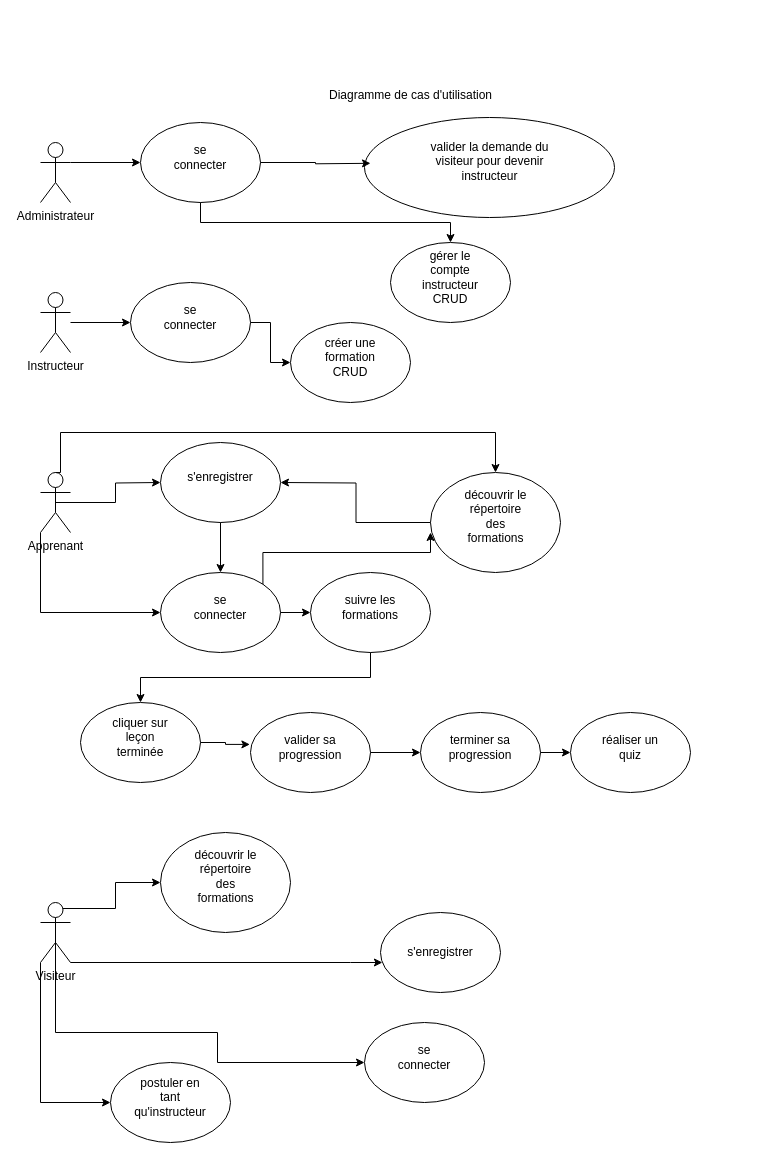
This is ECO IT/fonctionnalités_ecoit.drawio from cyrisa02/diagrammes-UML, a draw.io file, before an edit. Source tidied: cells renumbered, new cells numbered last; positions are measured from the earlier drawing's top-left corner, leaving out a move shared by most shapes. Both pictures are drawn from the tidied source at 100%, with x=0, y=0 at pixel (40, 87).
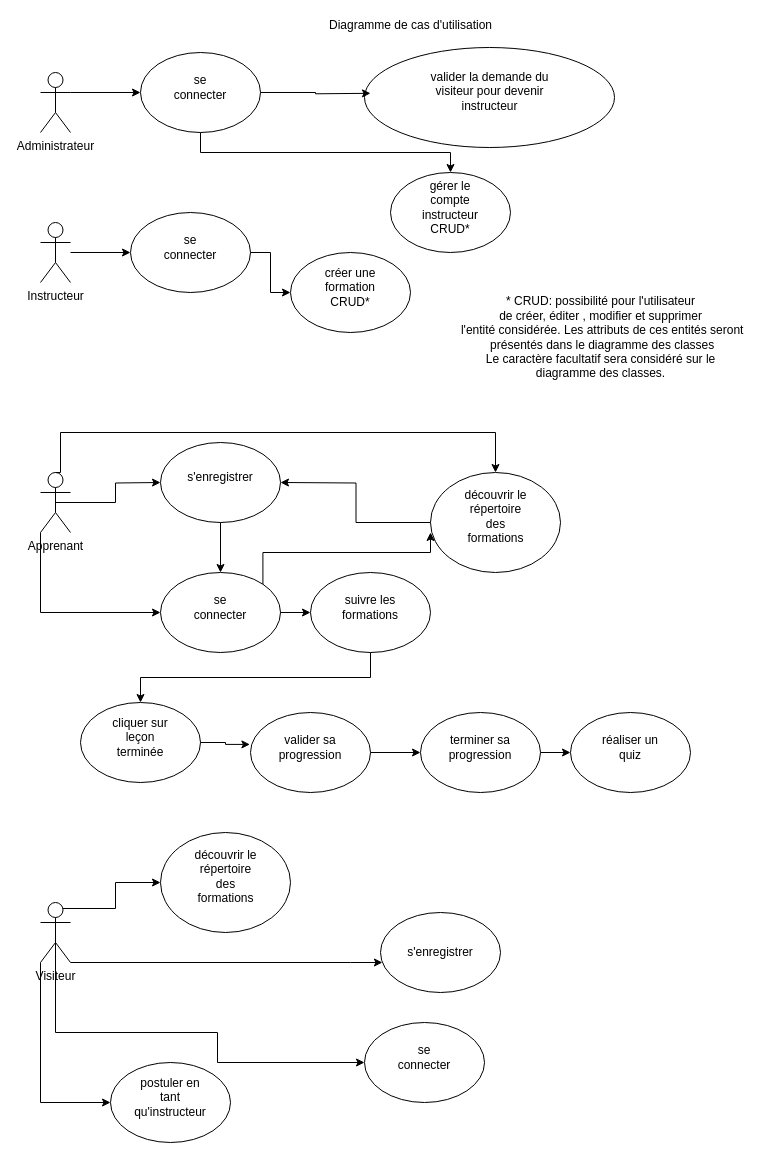
The same diagram, later.

Unchanged cells that the change refers to:
```xml
<mxCell id="19" style="ellipse;whiteSpace=wrap;html=1;" parent="18" vertex="1">
  <mxGeometry width="120" height="80" as="geometry" />
</mxCell>
```

Change to the diagram source:
```diff
@@
     <mxCell id="2" value="&lt;div&gt;Diagramme de cas d'utilisation&lt;/div&gt;&lt;div&gt;&lt;br&gt;&lt;/div&gt;" style="text;html=1;align=center;verticalAlign=middle;fillColor=none;strokeColor=none;rounded=0;" parent="1" vertex="1">
-      <mxGeometry x="280" width="180" height="30" as="geometry" />
+      <mxGeometry x="280" y="-70" width="180" height="30" as="geometry" />
     </mxCell>
     <mxCell id="3" style="group;" parent="1" vertex="1">
-      <mxGeometry x="90" y="195" width="120" height="80" as="geometry" />
+      <mxGeometry x="90" y="125" width="120" height="80" as="geometry" />
     </mxCell>
@@
     <mxCell id="12" value="Instructeur" style="shape=umlActor;verticalLabelPosition=bottom;verticalAlign=top;html=1;outlineConnect=0;" parent="1" vertex="1">
-      <mxGeometry y="205" width="30" height="60" as="geometry" />
+      <mxGeometry y="135" width="30" height="60" as="geometry" />
     </mxCell>
@@
     <mxCell id="14" value="Administrateur" style="shape=umlActor;verticalLabelPosition=bottom;verticalAlign=top;html=1;outlineConnect=0;" parent="1" vertex="1">
-      <mxGeometry y="55" width="30" height="60" as="geometry" />
+      <mxGeometry y="-15" width="30" height="60" as="geometry" />
     </mxCell>
@@
     <mxCell id="18" style="group;" parent="1" vertex="1">
-      <mxGeometry x="100" y="35" width="120" height="80" as="geometry" />
+      <mxGeometry x="100" y="-35" width="120" height="80" as="geometry" />
     </mxCell>
@@
     <mxCell id="24" style="group;" parent="1" vertex="1">
-      <mxGeometry x="350" y="155" width="120" height="80" as="geometry" />
+      <mxGeometry x="350" y="85" width="120" height="80" as="geometry" />
     </mxCell>
@@
-    <mxCell id="26" value="gérer le compte instructeur CRUD" style="text;html=1;strokeColor=none;fillColor=none;align=center;verticalAlign=middle;whiteSpace=wrap;rounded=0;" parent="24" vertex="1">
+    <mxCell id="26" value="gérer le compte instructeur CRUD*" style="text;html=1;strokeColor=none;fillColor=none;align=center;verticalAlign=middle;whiteSpace=wrap;rounded=0;" parent="24" vertex="1">
       <mxGeometry x="30" y="20" width="60" height="30" as="geometry" />
     </mxCell>
     <mxCell id="27" style="group;" parent="1" vertex="1">
-      <mxGeometry x="324" y="30" width="250" height="100" as="geometry" />
+      <mxGeometry x="324" y="-40" width="250" height="100" as="geometry" />
     </mxCell>
@@
     <mxCell id="30" style="edgeStyle=orthogonalEdgeStyle;rounded=0;jettySize=auto;html=1;exitX=1;exitY=0.5;exitDx=0;exitDy=0;" parent="1" edge="1" source="19">
       <mxGeometry relative="1" as="geometry">
-        <mxPoint x="330" y="75.8" as="targetPoint" />
+        <mxPoint x="330" y="5.8" as="targetPoint" />
       </mxGeometry>
     </mxCell>
@@
     <mxCell id="32" style="group;" parent="1" vertex="1">
-      <mxGeometry x="250" y="235" width="120" height="80" as="geometry" />
+      <mxGeometry x="250" y="165" width="120" height="80" as="geometry" />
     </mxCell>
@@
-    <mxCell id="34" value="créer une formation CRUD" style="text;html=1;strokeColor=none;fillColor=none;align=center;verticalAlign=middle;whiteSpace=wrap;rounded=0;" parent="32" vertex="1">
+    <mxCell id="34" value="créer une formation CRUD*" style="text;html=1;strokeColor=none;fillColor=none;align=center;verticalAlign=middle;whiteSpace=wrap;rounded=0;" parent="32" vertex="1">
       <mxGeometry x="30" y="20" width="60" height="30" as="geometry" />
     </mxCell>
@@
+    <mxCell id="77" value="&lt;div&gt;* CRUD: possibilité pour l'utilisateur&lt;/div&gt;&lt;div&gt;de créer, éditer , modifier et supprimer&lt;/div&gt;&lt;div&gt;&amp;nbsp;l'entité considérée. Les attributs de ces entités seront&lt;/div&gt;&lt;div&gt;&amp;nbsp;présentés dans le diagramme des classes&lt;br&gt;&lt;/div&gt;&lt;div&gt;Le caractère facultatif sera considéré sur le &lt;br&gt;&lt;/div&gt;&lt;div&gt;diagramme des classes.&lt;/div&gt;" style="text;html=1;align=center;verticalAlign=middle;fillColor=none;strokeColor=none;rounded=0;" parent="1" vertex="1">
+      <mxGeometry x="410" y="205" width="300" height="90" as="geometry" />
+    </mxCell>
```
